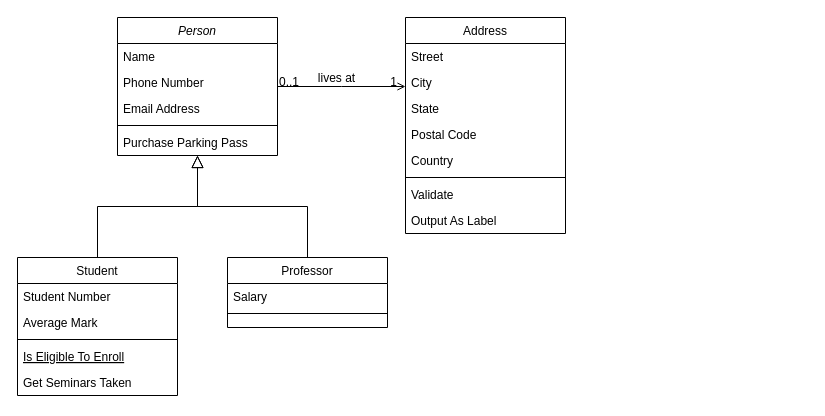
This is Diagram MoneyWise.drawio from Davidongo93/moneyWise, a draw.io file, before an edit. Source tidied: cells renumbered, new cells numbered last; positions are measured from the earlier drawing's top-left corner, leaving out a move shared by most shapes. Both pictures are drawn from the tidied source at 100%, with x=0, y=0 at pixel (17, 17).
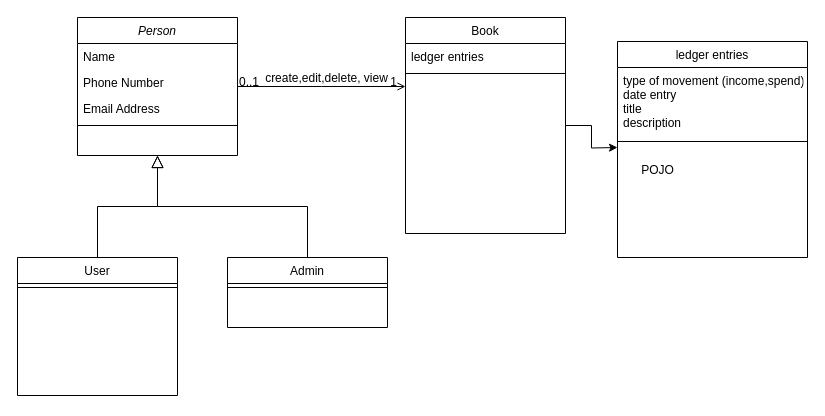
The same diagram, later.

Unchanged cells that the change refers to:
```xml
<mxCell id="28" style="endArrow=open;shadow=0;strokeWidth=1;rounded=0;endFill=1;edgeStyle=elbowEdgeStyle;elbow=vertical;" parent="1" edge="1" source="2" target="19">
  <mxGeometry x="0.5" y="41" relative="1" as="geometry">
    <mxPoint x="-40" y="32" as="offset" />
  </mxGeometry>
</mxCell>
```

Diff of the diagram source:
```diff
@@
     <mxCell id="2" value="Person" style="swimlane;fontStyle=2;align=center;verticalAlign=top;horizontal=1;startSize=26;rounded=0;shadow=0;strokeWidth=1;" parent="1" vertex="1">
-      <mxGeometry x="100" width="160" height="138" as="geometry" />
+      <mxGeometry x="60" width="160" height="138" as="geometry" />
     </mxCell>
@@
-    <mxCell id="7" value="Purchase Parking Pass" style="text;align=left;verticalAlign=top;spacingLeft=4;spacingRight=4;overflow=hidden;" parent="2" vertex="1">
-      <mxGeometry y="112" width="160" height="26" as="geometry" />
-    </mxCell>
-    <mxCell id="8" value="Student" style="swimlane;fontStyle=0;align=center;verticalAlign=top;horizontal=1;startSize=26;rounded=0;shadow=0;strokeWidth=1;" parent="1" vertex="1">
+    <mxCell id="8" value="User" style="swimlane;fontStyle=0;align=center;verticalAlign=top;horizontal=1;startSize=26;rounded=0;shadow=0;strokeWidth=1;" parent="1" vertex="1">
       <mxGeometry y="240" width="160" height="138" as="geometry" />
     </mxCell>
-    <mxCell id="9" value="Student Number" style="text;align=left;verticalAlign=top;spacingLeft=4;spacingRight=4;overflow=hidden;" parent="8" vertex="1">
-      <mxGeometry y="26" width="160" height="26" as="geometry" />
-    </mxCell>
-    <mxCell id="10" value="Average Mark" style="text;align=left;verticalAlign=top;spacingLeft=4;spacingRight=4;overflow=hidden;rounded=0;shadow=0;html=0;" parent="8" vertex="1">
-      <mxGeometry y="52" width="160" height="26" as="geometry" />
-    </mxCell>
     <mxCell id="11" style="line;html=1;strokeWidth=1;align=left;verticalAlign=middle;spacingTop=-1;spacingLeft=3;spacingRight=3;labelPosition=right;" parent="8" vertex="1">
-      <mxGeometry y="78" width="160" height="8" as="geometry" />
+      <mxGeometry y="26" width="160" height="8" as="geometry" />
     </mxCell>
-    <mxCell id="12" value="Is Eligible To Enroll" style="text;align=left;verticalAlign=top;spacingLeft=4;spacingRight=4;overflow=hidden;fontStyle=4;" parent="8" vertex="1">
-      <mxGeometry y="86" width="160" height="26" as="geometry" />
-    </mxCell>
-    <mxCell id="13" value="Get Seminars Taken" style="text;align=left;verticalAlign=top;spacingLeft=4;spacingRight=4;overflow=hidden;" parent="8" vertex="1">
-      <mxGeometry y="112" width="160" height="26" as="geometry" />
-    </mxCell>
@@
-    <mxCell id="15" value="Professor" style="swimlane;fontStyle=0;align=center;verticalAlign=top;horizontal=1;startSize=26;rounded=0;shadow=0;strokeWidth=1;" parent="1" vertex="1">
+    <mxCell id="15" value="Admin" style="swimlane;fontStyle=0;align=center;verticalAlign=top;horizontal=1;startSize=26;rounded=0;shadow=0;strokeWidth=1;" parent="1" vertex="1">
       <mxGeometry x="210" y="240" width="160" height="70" as="geometry" />
     </mxCell>
-    <mxCell id="16" value="Salary" style="text;align=left;verticalAlign=top;spacingLeft=4;spacingRight=4;overflow=hidden;" parent="15" vertex="1">
-      <mxGeometry y="26" width="160" height="26" as="geometry" />
-    </mxCell>
     <mxCell id="17" style="line;html=1;strokeWidth=1;align=left;verticalAlign=middle;spacingTop=-1;spacingLeft=3;spacingRight=3;labelPosition=right;" parent="15" vertex="1">
-      <mxGeometry y="52" width="160" height="8" as="geometry" />
+      <mxGeometry y="26" width="160" height="8" as="geometry" />
     </mxCell>
@@
+    <mxCell id="32" style="edgeStyle=orthogonalEdgeStyle;rounded=0;jettySize=auto;html=1;exitX=1;exitY=0.5;exitDx=0;exitDy=0;" parent="1" edge="1" source="19">
+      <mxGeometry relative="1" as="geometry">
+        <mxPoint x="600" y="130" as="targetPoint" />
+      </mxGeometry>
+    </mxCell>
-    <mxCell id="19" value="Address" style="swimlane;fontStyle=0;align=center;verticalAlign=top;horizontal=1;startSize=26;rounded=0;shadow=0;strokeWidth=1;" parent="1" vertex="1">
+    <mxCell id="19" value="Book" style="swimlane;fontStyle=0;align=center;verticalAlign=top;horizontal=1;startSize=26;rounded=0;shadow=0;strokeWidth=1;" parent="1" vertex="1">
       <mxGeometry x="388" width="160" height="216" as="geometry" />
     </mxCell>
-    <mxCell id="20" value="Street" style="text;align=left;verticalAlign=top;spacingLeft=4;spacingRight=4;overflow=hidden;" parent="19" vertex="1">
+    <mxCell id="20" value="ledger entries" style="text;align=left;verticalAlign=top;spacingLeft=4;spacingRight=4;overflow=hidden;" parent="19" vertex="1">
       <mxGeometry y="26" width="160" height="26" as="geometry" />
     </mxCell>
-    <mxCell id="21" value="City" style="text;align=left;verticalAlign=top;spacingLeft=4;spacingRight=4;overflow=hidden;rounded=0;shadow=0;html=0;" parent="19" vertex="1">
-      <mxGeometry y="52" width="160" height="26" as="geometry" />
-    </mxCell>
-    <mxCell id="22" value="State" style="text;align=left;verticalAlign=top;spacingLeft=4;spacingRight=4;overflow=hidden;rounded=0;shadow=0;html=0;" parent="19" vertex="1">
-      <mxGeometry y="78" width="160" height="26" as="geometry" />
-    </mxCell>
-    <mxCell id="23" value="Postal Code" style="text;align=left;verticalAlign=top;spacingLeft=4;spacingRight=4;overflow=hidden;rounded=0;shadow=0;html=0;" parent="19" vertex="1">
-      <mxGeometry y="104" width="160" height="26" as="geometry" />
-    </mxCell>
-    <mxCell id="24" value="Country" style="text;align=left;verticalAlign=top;spacingLeft=4;spacingRight=4;overflow=hidden;rounded=0;shadow=0;html=0;" parent="19" vertex="1">
-      <mxGeometry y="130" width="160" height="26" as="geometry" />
-    </mxCell>
     <mxCell id="25" style="line;html=1;strokeWidth=1;align=left;verticalAlign=middle;spacingTop=-1;spacingLeft=3;spacingRight=3;labelPosition=right;" parent="19" vertex="1">
-      <mxGeometry y="156" width="160" height="8" as="geometry" />
+      <mxGeometry y="52" width="160" height="8" as="geometry" />
     </mxCell>
-    <mxCell id="26" value="Validate" style="text;align=left;verticalAlign=top;spacingLeft=4;spacingRight=4;overflow=hidden;" parent="19" vertex="1">
-      <mxGeometry y="164" width="160" height="26" as="geometry" />
-    </mxCell>
-    <mxCell id="27" value="Output As Label" style="text;align=left;verticalAlign=top;spacingLeft=4;spacingRight=4;overflow=hidden;" parent="19" vertex="1">
-      <mxGeometry y="190" width="160" height="26" as="geometry" />
-    </mxCell>
@@
-    <mxCell id="31" value="lives at" style="text;html=1;align=center;verticalAlign=middle;labelBackgroundColor=none;rounded=0;shadow=0;strokeWidth=1;fontSize=12;" parent="28" vertex="1">
+    <mxCell id="31" value="create,edit,delete, view" style="text;html=1;align=center;verticalAlign=middle;labelBackgroundColor=none;rounded=0;shadow=0;strokeWidth=1;fontSize=12;" parent="28" vertex="1">
       <mxGeometry x="0.5" y="49" relative="1" as="geometry">
         <mxPoint x="-38" y="40" as="offset" />
       </mxGeometry>
     </mxCell>
+    <mxCell id="33" value="ledger entries" style="swimlane;fontStyle=0;align=center;verticalAlign=top;horizontal=1;startSize=26;rounded=0;shadow=0;strokeWidth=1;" parent="1" vertex="1">
+      <mxGeometry x="600" y="24" width="190" height="216" as="geometry" />
+    </mxCell>
+    <mxCell id="34" value="type of movement (income,spend)&#10;date entry&#10;title&#10;description" style="text;align=left;verticalAlign=top;spacingLeft=4;spacingRight=4;overflow=hidden;" parent="33" vertex="1">
+      <mxGeometry y="26" width="190" height="64" as="geometry" />
+    </mxCell>
+    <mxCell id="35" style="line;html=1;strokeWidth=1;align=left;verticalAlign=middle;spacingTop=-1;spacingLeft=3;spacingRight=3;labelPosition=right;" parent="33" vertex="1">
+      <mxGeometry y="90" width="190" height="20" as="geometry" />
+    </mxCell>
+    <mxCell id="36" value="POJO" style="text;html=1;align=center;verticalAlign=middle;strokeColor=none;fillColor=none;" parent="1" vertex="1">
+      <mxGeometry x="610" y="138" width="60" height="30" as="geometry" />
+    </mxCell>
```
